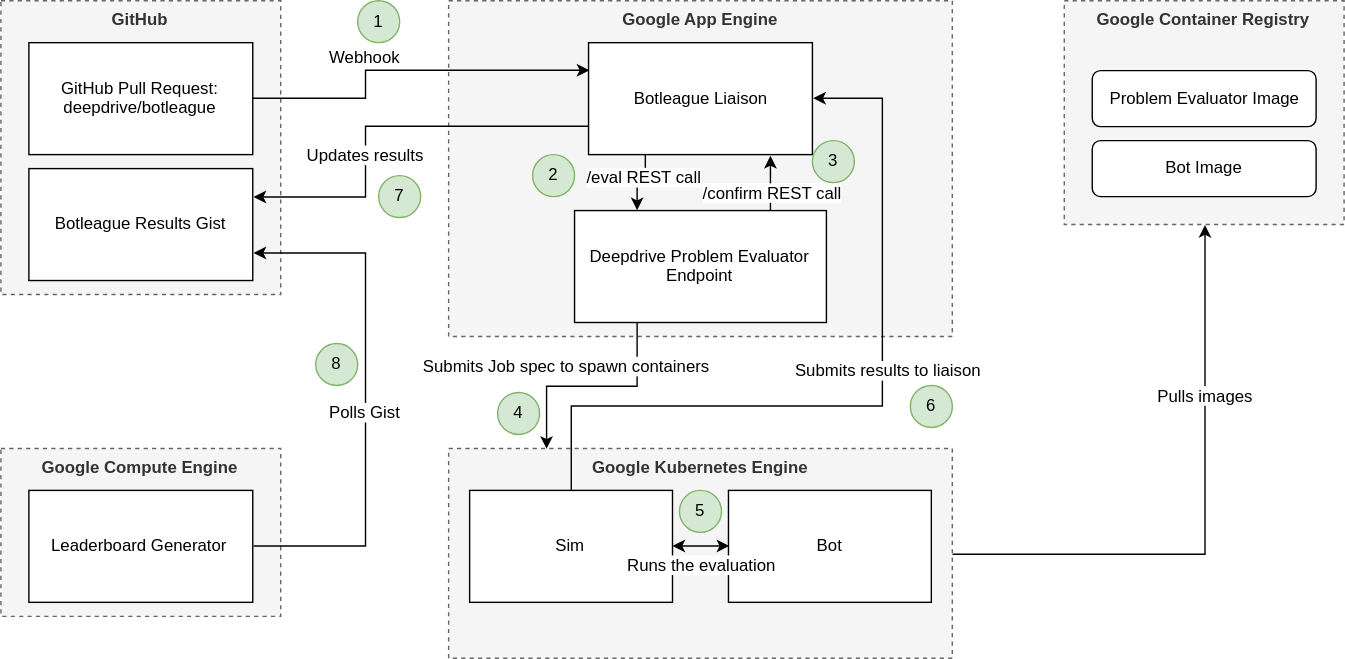
Above: Botleague_Dataflow.svg in botleague/botleague (draw.io), before the change. Source tidied: cells renumbered, new cells last; positions are measured from the earlier drawing's top-left corner, leaving out a move shared by most shapes.
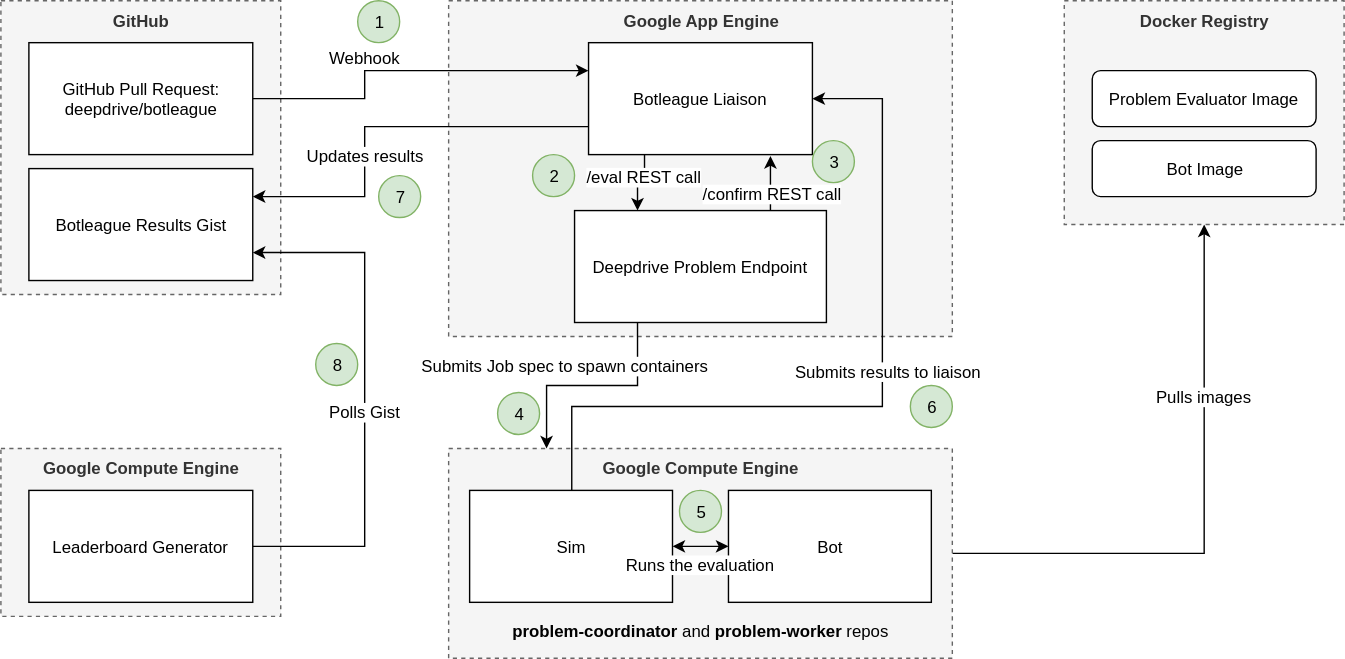
Above is the later version.

Commit message:
Update dataflow diagram

Change to the diagram source:
```diff
@@ -13,7 +13,7 @@
         <mxPoint x="-3.5" y="-19" as="offset" />
       </mxGeometry>
     </mxCell>
-    <mxCell id="5" value="Google Kubernetes Engine" style="rounded=0;whiteSpace=wrap;html=1;dashed=1;fillColor=#f5f5f5;strokeColor=#666666;fontColor=#333333;verticalAlign=top;fontStyle=1;" parent="1" vertex="1">
+    <mxCell id="5" value="Google Compute Engine" style="rounded=0;whiteSpace=wrap;html=1;dashed=1;fillColor=#f5f5f5;strokeColor=#666666;fontColor=#333333;verticalAlign=top;fontStyle=1;" parent="1" vertex="1">
       <mxGeometry x="320" y="320" width="360" height="150" as="geometry" />
     </mxCell>
     <mxCell id="6" value="Google App Engine" style="rounded=0;whiteSpace=wrap;html=1;dashed=1;fillColor=#f5f5f5;strokeColor=#666666;fontColor=#333333;verticalAlign=top;fontStyle=1;" parent="1" vertex="1">
@@ -75,7 +75,7 @@
     <mxCell id="17" value="Botleague Liaison&lt;br&gt;" style="rounded=0;whiteSpace=wrap;html=1;" parent="1" vertex="1">
       <mxGeometry x="420" y="30" width="160" height="80" as="geometry" />
     </mxCell>
-    <mxCell id="18" value="Deepdrive Problem Evaluator Endpoint" style="rounded=0;whiteSpace=wrap;html=1;" parent="1" vertex="1">
+    <mxCell id="18" value="Deepdrive Problem Endpoint" style="rounded=0;whiteSpace=wrap;html=1;" parent="1" vertex="1">
       <mxGeometry x="410" y="150" width="180" height="80" as="geometry" />
     </mxCell>
     <mxCell id="19" style="edgeStyle=orthogonalEdgeStyle;rounded=0;jettySize=auto;html=1;exitX=0.5;exitY=0;exitDx=0;exitDy=0;startArrow=none;startFill=0;entryX=1;entryY=0.5;entryDx=0;entryDy=0;" parent="1" edge="1" source="21" target="17">
@@ -93,7 +93,7 @@
     <mxCell id="21" value="Sim&lt;br&gt;" style="rounded=0;whiteSpace=wrap;html=1;" parent="1" vertex="1">
       <mxGeometry x="335" y="350" width="145" height="80" as="geometry" />
     </mxCell>
-    <mxCell id="22" value="Google Container Registry" style="rounded=0;whiteSpace=wrap;html=1;dashed=1;fillColor=#f5f5f5;strokeColor=#666666;fontColor=#333333;verticalAlign=top;fontStyle=1;" parent="1" vertex="1">
+    <mxCell id="22" value="Docker Registry" style="rounded=0;whiteSpace=wrap;html=1;dashed=1;fillColor=#f5f5f5;strokeColor=#666666;fontColor=#333333;verticalAlign=top;fontStyle=1;" parent="1" vertex="1">
       <mxGeometry x="760" width="200" height="160" as="geometry" />
     </mxCell>
     <mxCell id="23" value="Problem Evaluator Image" style="rounded=1;whiteSpace=wrap;html=1;" parent="1" vertex="1">
@@ -167,5 +167,8 @@
     <mxCell id="41" value="3" style="ellipse;whiteSpace=wrap;html=1;align=center;verticalAlign=middle;fillColor=#d5e8d4;strokeColor=#82b366;spacing=0;fontStyle=0;" parent="1" vertex="1">
       <mxGeometry x="580" y="100" width="30" height="30" as="geometry" />
     </mxCell>
+    <mxCell id="42" value="&lt;b&gt;problem-coordinator&lt;/b&gt; and &lt;b&gt;problem-worker &lt;/b&gt;repos" style="text;html=1;align=center;verticalAlign=middle;labelBackgroundColor=none;" parent="1" vertex="1">
+      <mxGeometry x="499.9" y="449.9" as="geometry" />
+    </mxCell>
   </root>
 </mxGraphModel>
```
